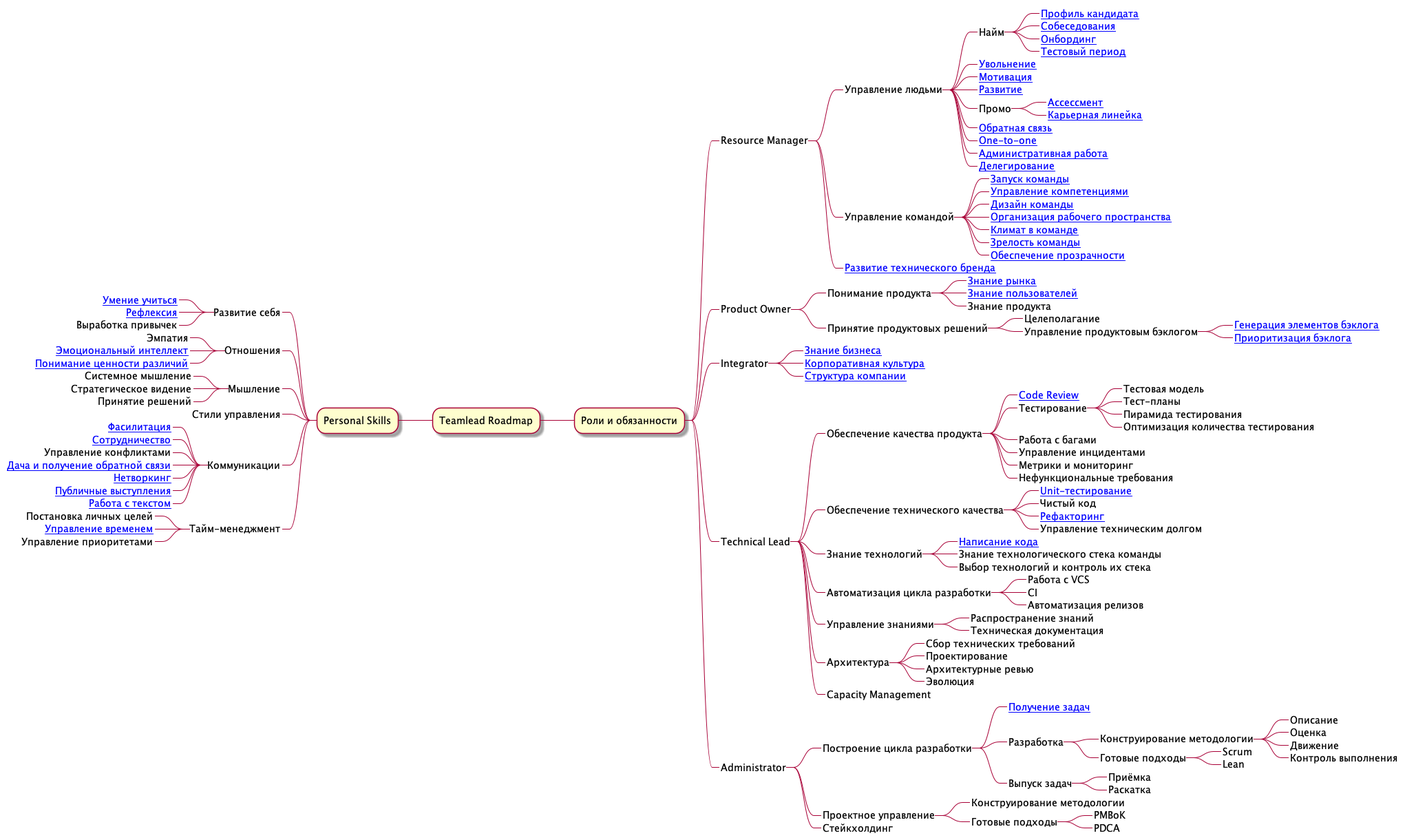
This is roadmap.png from tlbootcamp/tlroadmap, a PlantUML export, as it was before one commit.
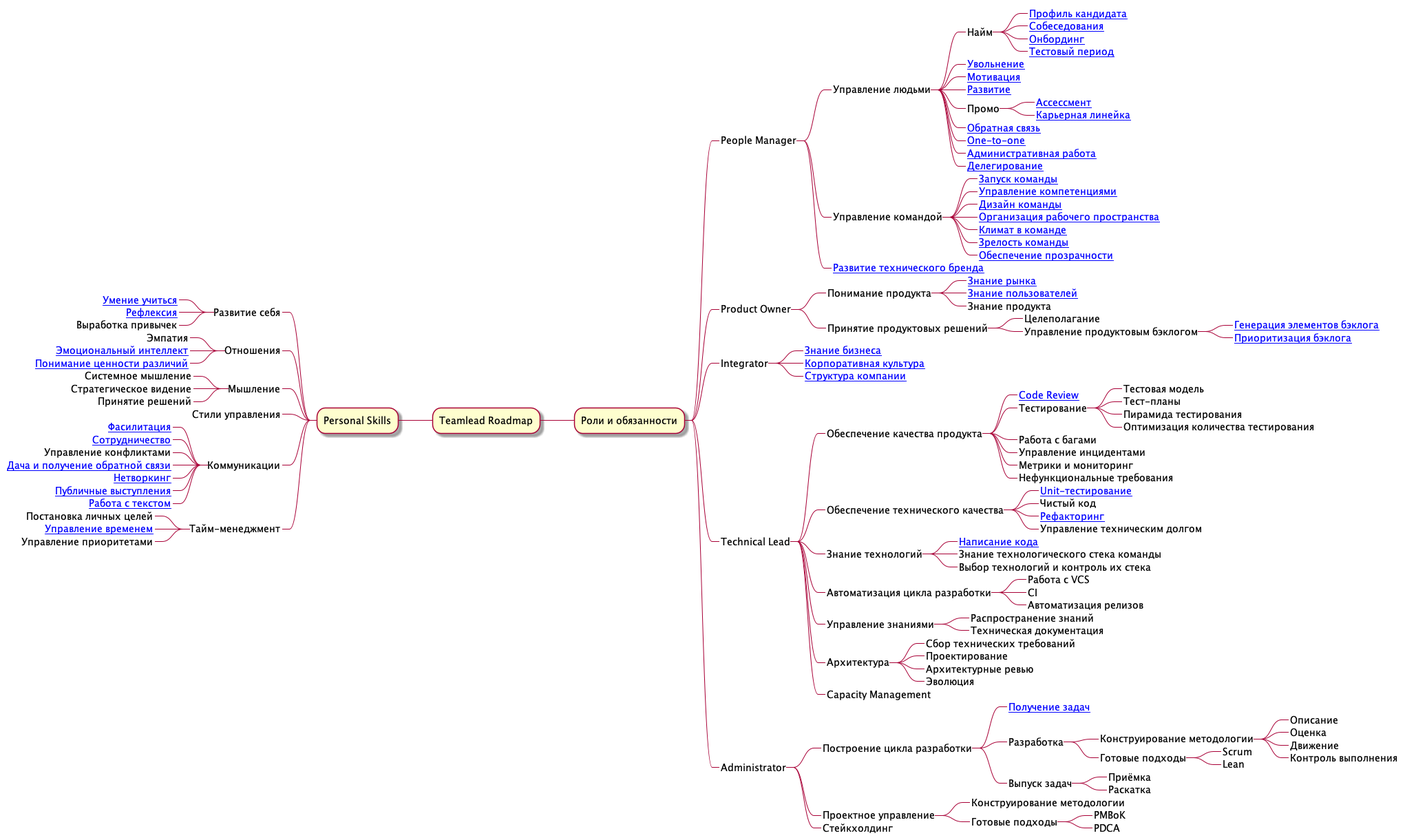
After the change.

Commit message:
Renamed Resource Manager to People Manager (#178)

What changed in the source:
```diff
@@ -1,7 +1,7 @@
 @startmindmap
 * Teamlead Roadmap
 ** Роли и обязанности
-***_ Resource Manager
+***_ People Manager
 ****_ Управление людьми
 *****_ Найм
 ******_ [[https://github.com/tlbootcamp/tlroadmap/blob/master/skills/resource-manager/profile.md Профиль кандидата]]
```
